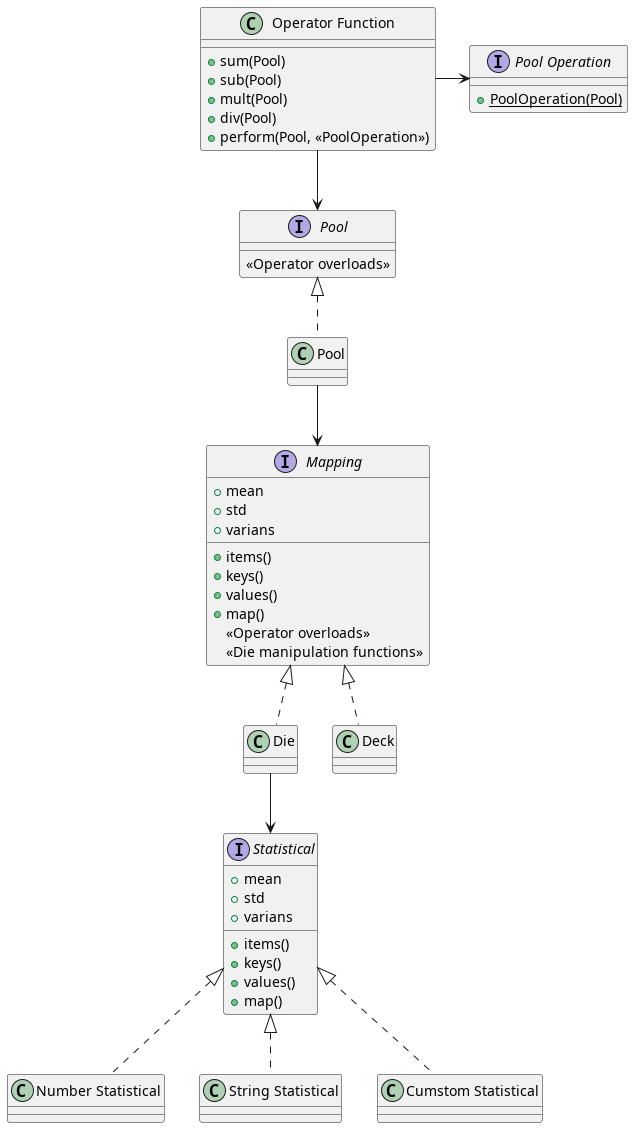
daplhall/dicechanics keeps this PlantUML diagram as docs/System.png. Above is the earlier version.
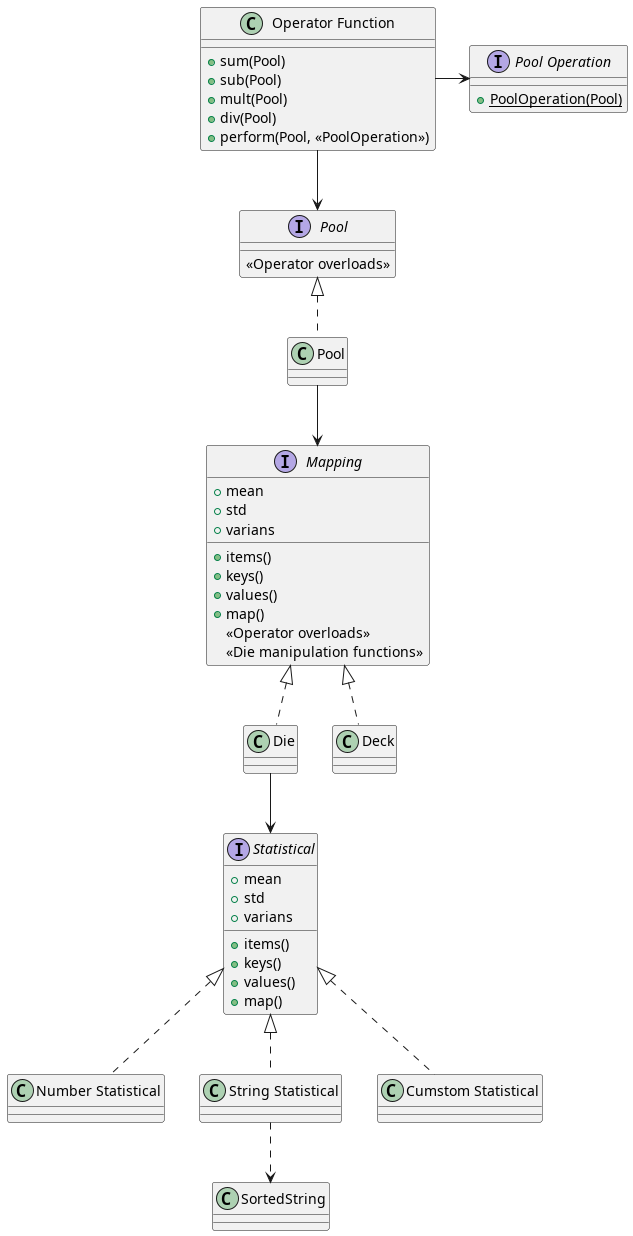
Later version of the same file.

Diff of the diagram source:
```diff
@@ -50,8 +50,5 @@
 numstat .up.|> Statistical
 strstat .up.|> Statistical
 customstat .up.|> Statistical
-
-
-
-
+strstat ..> SortedString
 @enduml
```
